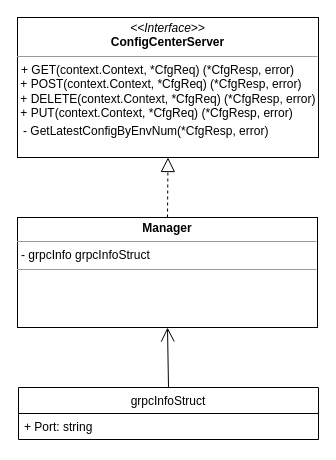
Earlier version of the draw.io diagram page "处理模块" (2 of 18) of docs/details/drawiofiles/概设原始图.drawio (dalgorithm-bastar/configer). Source tidied: cells renumbered, new cells numbered last; positions are measured from the earlier drawing's top-left corner, leaving out a move shared by most shapes. Both pictures are drawn from the tidied source at 100%, with x=0, y=0 at pixel (17, 17).
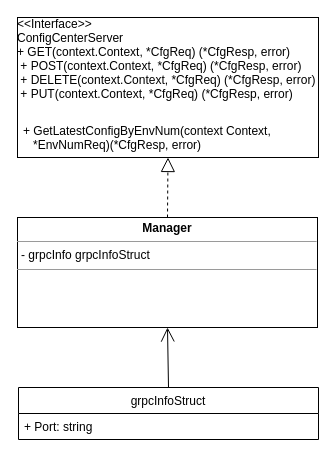
The same page after the edit.

The edit, as a diff of the source:
```diff
@@
 <mxGraphModel>
   <root>
     <mxCell id="0" />
     <mxCell id="1" parent="0" />
-    <mxCell id="2" value="&lt;p style=&quot;margin: 0px ; margin-top: 4px ; text-align: center&quot;&gt;&lt;i&gt;&amp;lt;&amp;lt;Interface&amp;gt;&amp;gt;&lt;/i&gt;&lt;br&gt;&lt;b&gt;ConfigCenterServer&lt;/b&gt;&lt;/p&gt;&lt;hr size=&quot;1&quot;&gt;&lt;p style=&quot;margin: 0px ; margin-left: 4px&quot;&gt;&lt;span style=&quot;background-color: rgb(255 , 255 , 255)&quot;&gt;+ GET(context.Context, *CfgReq) (*CfgResp, error)&lt;/span&gt;&lt;br&gt;&lt;/p&gt;&amp;nbsp;+ POS&lt;span style=&quot;background-color: rgb(255 , 255 , 255)&quot;&gt;T(context.Context, *CfgReq) (*CfgResp, error)&lt;/span&gt;&lt;br&gt;&amp;nbsp;+&amp;nbsp;&lt;span style=&quot;background-color: rgb(255 , 255 , 255)&quot;&gt;DELETE(context.Context, *CfgReq) (*CfgResp, error)&lt;/span&gt;&lt;br&gt;&amp;nbsp;+&amp;nbsp;&lt;span style=&quot;background-color: rgb(255 , 255 , 255)&quot;&gt;PUT(context.Context, *CfgReq) (*CfgResp, error)&lt;/span&gt;" style="verticalAlign=top;align=left;overflow=fill;fontSize=12;fontFamily=Helvetica;html=1;" parent="1" vertex="1">
+    <mxCell id="2" value="&lt;&lt;Interface&gt;&gt;&#10;ConfigCenterServer&#10;+ GET(context.Context, *CfgReq) (*CfgResp, error)&#10; + POST(context.Context, *CfgReq) (*CfgResp, error)&#10; + DELETE(context.Context, *CfgReq) (*CfgResp, error)&#10; + PUT(context.Context, *CfgReq) (*CfgResp, error)" style="verticalAlign=top;align=left;overflow=fill;fontSize=12;fontFamily=Helvetica;" parent="1" vertex="1">
       <mxGeometry width="301" height="140" as="geometry" />
     </mxCell>
     <mxCell id="3" value="&lt;p style=&quot;margin: 0px ; margin-top: 4px ; text-align: center&quot;&gt;&lt;b&gt;Manager&lt;/b&gt;&lt;/p&gt;&lt;hr size=&quot;1&quot;&gt;&lt;p style=&quot;margin: 0px ; margin-left: 4px&quot;&gt;- grpcInfo grpcInfoStruct&lt;/p&gt;&lt;hr size=&quot;1&quot;&gt;&lt;br&gt;&lt;p style=&quot;margin: 0px ; margin-left: 4px&quot;&gt;&lt;/p&gt;" style="verticalAlign=top;align=left;overflow=fill;fontSize=12;fontFamily=Helvetica;html=1;" parent="1" vertex="1">
       <mxGeometry y="200" width="300" height="110" as="geometry" />
     </mxCell>
     <mxCell id="4" style="endArrow=block;dashed=1;endFill=0;endSize=12;html=1;exitX=0.5;exitY=0;exitDx=0;exitDy=0;entryX=0.5;entryY=1;entryDx=0;entryDy=0;" parent="1" edge="1" source="3" target="2">
       <mxGeometry relative="1" as="geometry" />
     </mxCell>
     <mxCell id="5" value="grpcInfoStruct" style="swimlane;fontStyle=0;horizontal=1;startSize=26;fillColor=none;" parent="1" vertex="1">
       <mxGeometry x="1" y="370" width="300" height="52" as="geometry" />
     </mxCell>
     <mxCell id="6" value="+ Port: string" style="text;strokeColor=none;fillColor=none;align=left;verticalAlign=top;spacingLeft=4;spacingRight=4;overflow=hidden;" parent="5" vertex="1">
       <mxGeometry y="26" width="300" height="26" as="geometry" />
     </mxCell>
     <mxCell id="7" style="endArrow=open;endFill=1;endSize=12;html=1;entryX=0.5;entryY=1;entryDx=0;entryDy=0;exitX=0.5;exitY=0;exitDx=0;exitDy=0;" parent="1" edge="1" source="5" target="3">
       <mxGeometry relative="1" as="geometry" />
     </mxCell>
-    <mxCell id="8" value="- GetLatestConfigByEnvNum(*CfgResp, error)" style="text;strokeColor=none;fillColor=none;align=left;verticalAlign=top;spacingLeft=4;spacingRight=4;overflow=hidden;" parent="1" vertex="1">
+    <mxCell id="8" value="+ GetLatestConfigByEnvNum(context Context,&#10;   *EnvNumReq)(*CfgResp, error)" style="text;strokeColor=none;fillColor=none;align=left;verticalAlign=top;spacingLeft=4;spacingRight=4;overflow=hidden;" parent="1" vertex="1">
       <mxGeometry y="100" width="290" height="40" as="geometry" />
     </mxCell>
   </root>
 </mxGraphModel>
```
